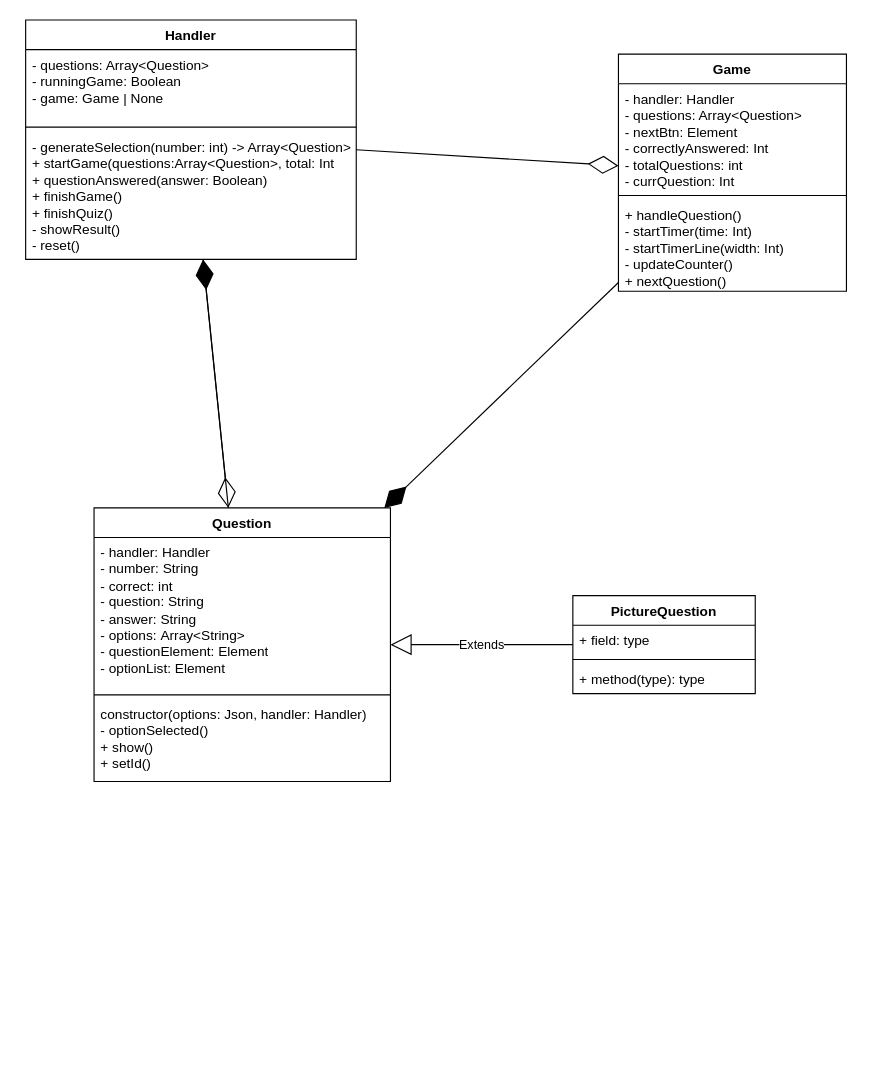
Before: Quiz__Class_Diagramm.drawio in lewingrunenberg/tdgt-quiz, a draw.io diagram. Source tidied: cells renumbered, new cells numbered last; positions are measured from the earlier drawing's top-left corner, leaving out a move shared by most shapes. Both pictures are drawn from the tidied source at 114%, with x=0, y=0 at pixel (25, 19).
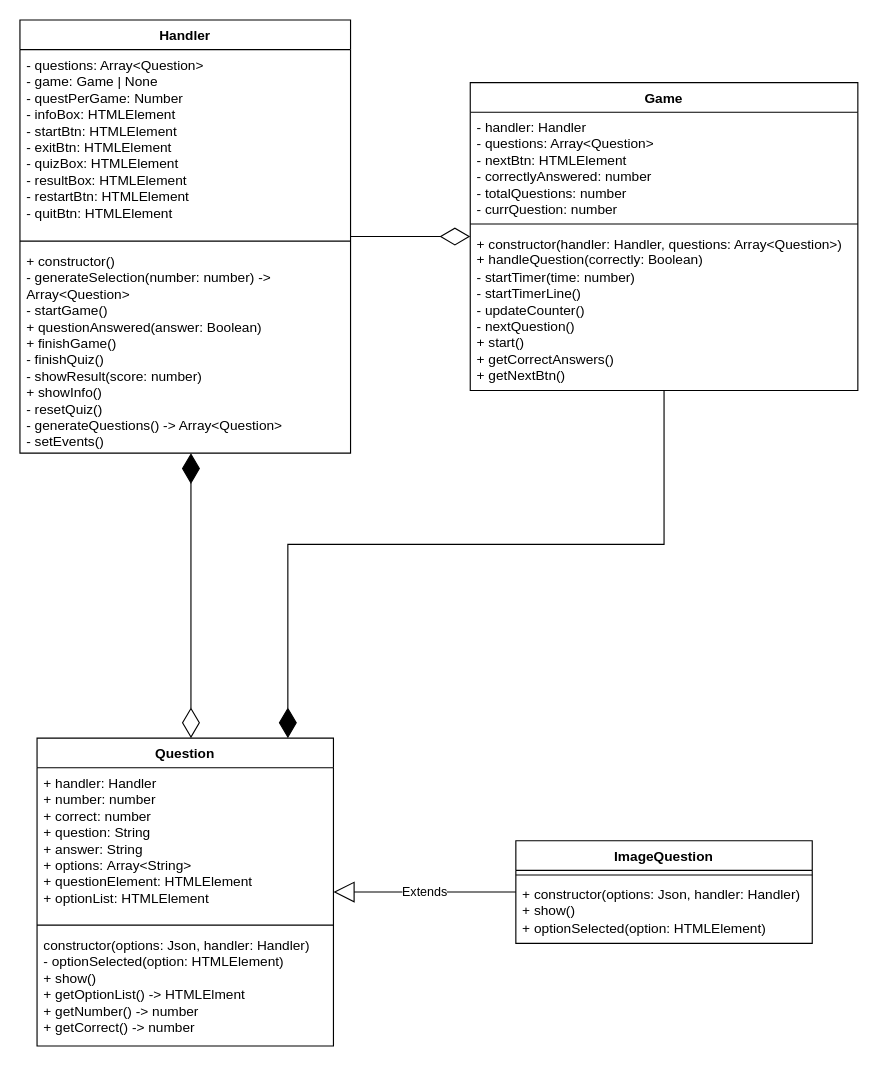
Above is the later version.

Commit message (it also covers changes not shown here):
updated the class diagram

Change to the diagram source:
```diff
@@
     <mxCell id="2" value="Handler" style="swimlane;fontStyle=1;align=center;verticalAlign=top;horizontal=1;startSize=26;whiteSpace=wrap;html=1;" parent="1" vertex="1">
-      <mxGeometry width="290" height="210" as="geometry" />
+      <mxGeometry x="-5" width="290" height="380" as="geometry" />
     </mxCell>
-    <mxCell id="3" value="- questions: Array&amp;lt;Question&amp;gt;&lt;div&gt;- runningGame: Boolean&lt;/div&gt;&lt;div&gt;- game: Game | None&lt;/div&gt;" style="text;strokeColor=none;fillColor=none;align=left;verticalAlign=top;spacingLeft=4;spacingRight=4;overflow=hidden;whiteSpace=wrap;html=1;" parent="2" vertex="1">
-      <mxGeometry y="26" width="290" height="64" as="geometry" />
+    <mxCell id="3" value="- questions: Array&amp;lt;Question&amp;gt;&lt;div&gt;- game: Game | None&lt;/div&gt;&lt;div&gt;- questPerGame: Number&lt;/div&gt;&lt;div&gt;- infoBox: HTMLElement&lt;/div&gt;&lt;div&gt;- startBtn: HTMLElement&lt;/div&gt;&lt;div&gt;- exitBtn: HTMLElement&lt;/div&gt;&lt;div&gt;- quizBox: HTMLElement&lt;/div&gt;&lt;div&gt;- resultBox: HTMLElement&lt;/div&gt;&lt;div&gt;- restartBtn: HTMLElement&lt;/div&gt;&lt;div&gt;- quitBtn: HTMLElement&lt;/div&gt;" style="text;strokeColor=none;fillColor=none;align=left;verticalAlign=top;spacingLeft=4;spacingRight=4;overflow=hidden;whiteSpace=wrap;html=1;" parent="2" vertex="1">
+      <mxGeometry y="26" width="290" height="164" as="geometry" />
     </mxCell>
     <mxCell id="4" style="line;strokeWidth=1;fillColor=none;align=left;verticalAlign=middle;spacingTop=-1;spacingLeft=3;spacingRight=3;labelPosition=right;strokeColor=inherit;" parent="2" vertex="1">
-      <mxGeometry y="90" width="290" height="8" as="geometry" />
+      <mxGeometry y="190" width="290" height="8" as="geometry" />
     </mxCell>
-    <mxCell id="5" value="- generateSelection(number: int) -&amp;gt; Array&amp;lt;Question&amp;gt;&lt;div&gt;+ startGame(questions:Array&amp;lt;Question&amp;gt;, total: Int&lt;/div&gt;&lt;div&gt;+ questionAnswered(answer: Boolean)&lt;/div&gt;&lt;div&gt;+ finishGame()&lt;/div&gt;&lt;div&gt;+ finishQuiz()&lt;/div&gt;&lt;div&gt;- showResult()&lt;/div&gt;&lt;div&gt;- reset()&lt;/div&gt;" style="text;strokeColor=none;fillColor=none;align=left;verticalAlign=top;spacingLeft=4;spacingRight=4;overflow=hidden;whiteSpace=wrap;html=1;" parent="2" vertex="1">
-      <mxGeometry y="98" width="290" height="112" as="geometry" />
+    <mxCell id="5" value="&lt;div&gt;+ constructor()&lt;/div&gt;- generateSelection(number: number) -&amp;gt; Array&amp;lt;Question&amp;gt;&lt;div&gt;- startGame()&lt;/div&gt;&lt;div&gt;+ questionAnswered(answer: Boolean)&lt;/div&gt;&lt;div&gt;+ finishGame()&lt;/div&gt;&lt;div&gt;- finishQuiz()&lt;/div&gt;&lt;div&gt;- showResult(score: number)&lt;/div&gt;&lt;div&gt;+ showInfo()&lt;/div&gt;&lt;div&gt;- resetQuiz()&lt;/div&gt;&lt;div&gt;- generateQuestions() -&amp;gt; Array&amp;lt;Question&amp;gt;&lt;/div&gt;&lt;div&gt;- setEvents()&lt;/div&gt;&lt;div&gt;&lt;br&gt;&lt;/div&gt;" style="text;strokeColor=none;fillColor=none;align=left;verticalAlign=top;spacingLeft=4;spacingRight=4;overflow=hidden;whiteSpace=wrap;html=1;" parent="2" vertex="1">
+      <mxGeometry y="198" width="290" height="182" as="geometry" />
     </mxCell>
     <mxCell id="6" value="Game" style="swimlane;fontStyle=1;align=center;verticalAlign=top;horizontal=1;startSize=26;whiteSpace=wrap;html=1;" parent="1" vertex="1">
-      <mxGeometry x="520" y="30" width="200" height="208" as="geometry" />
+      <mxGeometry x="390" y="55" width="340" height="270" as="geometry" />
     </mxCell>
-    <mxCell id="7" value="- handler: Handler&lt;div&gt;- questions: Array&amp;lt;Question&amp;gt;&lt;/div&gt;&lt;div&gt;- nextBtn: Element&lt;/div&gt;&lt;div&gt;- correctlyAnswered: Int&lt;/div&gt;&lt;div&gt;- totalQuestions: int&lt;/div&gt;&lt;div&gt;- currQuestion: Int&lt;/div&gt;" style="text;strokeColor=none;fillColor=none;align=left;verticalAlign=top;spacingLeft=4;spacingRight=4;overflow=hidden;whiteSpace=wrap;html=1;" parent="6" vertex="1">
-      <mxGeometry y="26" width="200" height="94" as="geometry" />
+    <mxCell id="7" value="- handler: Handler&lt;div&gt;- questions: Array&amp;lt;Question&amp;gt;&lt;/div&gt;&lt;div&gt;- nextBtn: HTMLElement&lt;/div&gt;&lt;div&gt;- correctlyAnswered: number&lt;/div&gt;&lt;div&gt;- totalQuestions: number&lt;/div&gt;&lt;div&gt;- currQuestion: number&lt;/div&gt;" style="text;strokeColor=none;fillColor=none;align=left;verticalAlign=top;spacingLeft=4;spacingRight=4;overflow=hidden;whiteSpace=wrap;html=1;" parent="6" vertex="1">
+      <mxGeometry y="26" width="340" height="94" as="geometry" />
     </mxCell>
     <mxCell id="8" style="line;strokeWidth=1;fillColor=none;align=left;verticalAlign=middle;spacingTop=-1;spacingLeft=3;spacingRight=3;labelPosition=right;strokeColor=inherit;" parent="6" vertex="1">
-      <mxGeometry y="120" width="200" height="8" as="geometry" />
+      <mxGeometry y="120" width="340" height="8" as="geometry" />
     </mxCell>
-    <mxCell id="9" value="+ handleQuestion()&lt;div&gt;- startTimer(time: Int)&lt;/div&gt;&lt;div&gt;- startTimerLine(width: Int)&lt;/div&gt;&lt;div&gt;- updateCounter()&lt;/div&gt;&lt;div&gt;+ nextQuestion()&lt;/div&gt;&lt;div&gt;&lt;br&gt;&lt;/div&gt;" style="text;strokeColor=none;fillColor=none;align=left;verticalAlign=top;spacingLeft=4;spacingRight=4;overflow=hidden;whiteSpace=wrap;html=1;" parent="6" vertex="1">
-      <mxGeometry y="128" width="200" height="80" as="geometry" />
+    <mxCell id="9" value="&lt;div&gt;+ constructor(handler: Handler, questions: Array&amp;lt;Question&amp;gt;)&lt;/div&gt;+ handleQuestion(correctly: Boolean)&lt;div&gt;- startTimer(time: number)&lt;/div&gt;&lt;div&gt;- startTimerLine()&lt;/div&gt;&lt;div&gt;- updateCounter()&lt;/div&gt;&lt;div&gt;- nextQuestion()&lt;/div&gt;&lt;div&gt;+ start()&lt;/div&gt;&lt;div&gt;+ getCorrectAnswers()&lt;/div&gt;&lt;div&gt;+ getNextBtn()&lt;/div&gt;" style="text;strokeColor=none;fillColor=none;align=left;verticalAlign=top;spacingLeft=4;spacingRight=4;overflow=hidden;whiteSpace=wrap;html=1;" parent="6" vertex="1">
+      <mxGeometry y="128" width="340" height="142" as="geometry" />
     </mxCell>
     <mxCell id="10" value="Question" style="swimlane;fontStyle=1;align=center;verticalAlign=top;horizontal=1;startSize=26;whiteSpace=wrap;html=1;" parent="1" vertex="1">
-      <mxGeometry x="60" y="428" width="260" height="240" as="geometry" />
+      <mxGeometry x="10" y="630" width="260" height="270" as="geometry" />
     </mxCell>
-    <mxCell id="11" value="- handler: Handler&lt;div&gt;- number: String&lt;/div&gt;&lt;div&gt;- correct: int&lt;/div&gt;&lt;div&gt;- question: String&lt;/div&gt;&lt;div&gt;- answer: String&lt;/div&gt;&lt;div&gt;- options:&amp;nbsp;&lt;span style=&quot;background-color: transparent; color: light-dark(rgb(0, 0, 0), rgb(255, 255, 255));&quot;&gt;Array&amp;lt;String&amp;gt;&lt;/span&gt;&lt;/div&gt;&lt;div&gt;&lt;span style=&quot;background-color: transparent; color: light-dark(rgb(0, 0, 0), rgb(255, 255, 255));&quot;&gt;- questionElement: Element&lt;/span&gt;&lt;/div&gt;&lt;div&gt;&lt;span style=&quot;background-color: transparent; color: light-dark(rgb(0, 0, 0), rgb(255, 255, 255));&quot;&gt;- optionList: Element&lt;/span&gt;&lt;/div&gt;" style="text;strokeColor=none;fillColor=none;align=left;verticalAlign=top;spacingLeft=4;spacingRight=4;overflow=hidden;whiteSpace=wrap;html=1;" parent="10" vertex="1">
+    <mxCell id="11" value="+ handler: Handler&lt;div&gt;+ number: number&lt;/div&gt;&lt;div&gt;+ correct: number&lt;/div&gt;&lt;div&gt;+ question: String&lt;/div&gt;&lt;div&gt;+ answer: String&lt;/div&gt;&lt;div&gt;+ options:&amp;nbsp;&lt;span style=&quot;background-color: transparent; color: light-dark(rgb(0, 0, 0), rgb(255, 255, 255));&quot;&gt;Array&amp;lt;String&amp;gt;&lt;/span&gt;&lt;/div&gt;&lt;div&gt;&lt;span style=&quot;background-color: transparent; color: light-dark(rgb(0, 0, 0), rgb(255, 255, 255));&quot;&gt;+ questionElement: HTMLElement&lt;/span&gt;&lt;/div&gt;&lt;div&gt;&lt;span style=&quot;background-color: transparent; color: light-dark(rgb(0, 0, 0), rgb(255, 255, 255));&quot;&gt;+ optionList: HTMLElement&lt;/span&gt;&lt;/div&gt;" style="text;strokeColor=none;fillColor=none;align=left;verticalAlign=top;spacingLeft=4;spacingRight=4;overflow=hidden;whiteSpace=wrap;html=1;" parent="10" vertex="1">
       <mxGeometry y="26" width="260" height="134" as="geometry" />
     </mxCell>
@@
-    <mxCell id="13" value="constructor(options: Json, handler: Handler)&lt;div&gt;- optionSelected()&lt;/div&gt;&lt;div&gt;+ show()&lt;/div&gt;&lt;div&gt;+ setId()&lt;/div&gt;" style="text;strokeColor=none;fillColor=none;align=left;verticalAlign=top;spacingLeft=4;spacingRight=4;overflow=hidden;whiteSpace=wrap;html=1;" parent="10" vertex="1">
-      <mxGeometry y="168" width="260" height="72" as="geometry" />
+    <mxCell id="13" value="constructor(options: Json, handler: Handler)&lt;div&gt;- optionSelected(option: HTMLElement)&lt;/div&gt;&lt;div&gt;+ show()&lt;br&gt;&lt;/div&gt;&lt;div&gt;+ getOptionList() -&amp;gt; HTMLElment&lt;/div&gt;&lt;div&gt;+ getNumber() -&amp;gt; number&lt;/div&gt;&lt;div&gt;+ getCorrect() -&amp;gt; number&lt;/div&gt;" style="text;strokeColor=none;fillColor=none;align=left;verticalAlign=top;spacingLeft=4;spacingRight=4;overflow=hidden;whiteSpace=wrap;html=1;" parent="10" vertex="1">
+      <mxGeometry y="168" width="260" height="102" as="geometry" />
     </mxCell>
-    <mxCell id="14" value="PictureQuestion" style="swimlane;fontStyle=1;align=center;verticalAlign=top;horizontal=1;startSize=26;whiteSpace=wrap;html=1;" parent="1" vertex="1">
-      <mxGeometry x="480" y="505" width="160" height="86" as="geometry" />
+    <mxCell id="14" value="ImageQuestion" style="swimlane;fontStyle=1;align=center;verticalAlign=top;horizontal=1;startSize=26;whiteSpace=wrap;html=1;" parent="1" vertex="1">
+      <mxGeometry x="430" y="720" width="260" height="90" as="geometry" />
     </mxCell>
-    <mxCell id="15" value="+ field: type" style="text;strokeColor=none;fillColor=none;align=left;verticalAlign=top;spacingLeft=4;spacingRight=4;overflow=hidden;whiteSpace=wrap;html=1;" parent="14" vertex="1">
-      <mxGeometry y="26" width="160" height="26" as="geometry" />
-    </mxCell>
     <mxCell id="16" style="line;strokeWidth=1;fillColor=none;align=left;verticalAlign=middle;spacingTop=-1;spacingLeft=3;spacingRight=3;labelPosition=right;strokeColor=inherit;" parent="14" vertex="1">
-      <mxGeometry y="52" width="160" height="8" as="geometry" />
+      <mxGeometry y="26" width="260" height="8" as="geometry" />
     </mxCell>
-    <mxCell id="17" value="+ method(type): type" style="text;strokeColor=none;fillColor=none;align=left;verticalAlign=top;spacingLeft=4;spacingRight=4;overflow=hidden;whiteSpace=wrap;html=1;" parent="14" vertex="1">
-      <mxGeometry y="60" width="160" height="26" as="geometry" />
+    <mxCell id="17" value="+ constructor(options: Json, handler: Handler)&lt;div&gt;+ show()&lt;/div&gt;&lt;div&gt;+ optionSelected(option: HTMLElement)&lt;/div&gt;" style="text;strokeColor=none;fillColor=none;align=left;verticalAlign=top;spacingLeft=4;spacingRight=4;overflow=hidden;whiteSpace=wrap;html=1;" parent="14" vertex="1">
+      <mxGeometry y="34" width="260" height="56" as="geometry" />
     </mxCell>
@@
-    <mxCell id="19" style="endArrow=diamondThin;endFill=0;endSize=24;html=1;rounded=0;" parent="1" edge="1" source="2" target="6">
+    <mxCell id="19" style="endArrow=diamondThin;endFill=0;endSize=24;html=1;rounded=0;edgeStyle=orthogonalEdgeStyle;" parent="1" edge="1" source="2" target="6">
       <mxGeometry relative="1" as="geometry" />
     </mxCell>
-    <mxCell id="20" style="endArrow=diamondThin;endFill=0;endSize=24;html=1;rounded=0;" parent="1" edge="1" source="2" target="10">
-      <mxGeometry relative="1" as="geometry" />
-    </mxCell>
-    <mxCell id="21" style="endArrow=diamondThin;endFill=1;endSize=24;html=1;rounded=0;" parent="1" edge="1" source="6" target="10">
-      <mxGeometry relative="1" as="geometry" />
+    <mxCell id="21" style="endArrow=diamondThin;endFill=1;endSize=24;html=1;rounded=0;edgeStyle=orthogonalEdgeStyle;" parent="1" edge="1" source="6" target="10">
+      <mxGeometry relative="1" as="geometry">
+        <Array as="points">
+          <mxPoint x="560" y="460" />
+          <mxPoint x="230" y="460" />
+        </Array>
+      </mxGeometry>
     </mxCell>
-    <mxCell id="22" style="endArrow=diamondThin;endFill=1;endSize=24;html=1;rounded=0;" parent="1" edge="1" source="10" target="2">
-      <mxGeometry relative="1" as="geometry" />
+    <mxCell id="22" style="endArrow=diamondThin;endFill=1;endSize=24;html=1;rounded=0;startArrow=diamondThin;startFill=0;startSize=24;edgeStyle=orthogonalEdgeStyle;" parent="1" edge="1" source="10" target="2">
+      <mxGeometry relative="1" as="geometry">
+        <Array as="points">
+          <mxPoint x="145" y="570" />
+          <mxPoint x="145" y="570" />
+        </Array>
+      </mxGeometry>
     </mxCell>
```
